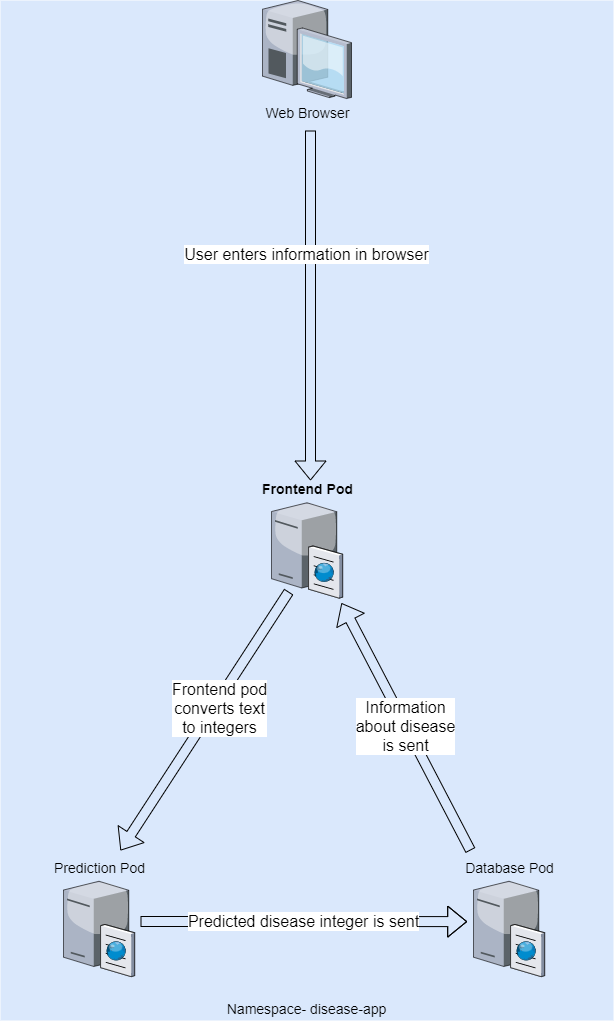
Above: architecture_diagram.png in DhirajGanji/cpsc-415-kata-project (draw.io), before the change. Source tidied: cells renumbered, new cells last; positions are measured from the earlier drawing's top-left corner, leaving out a move shared by most shapes.
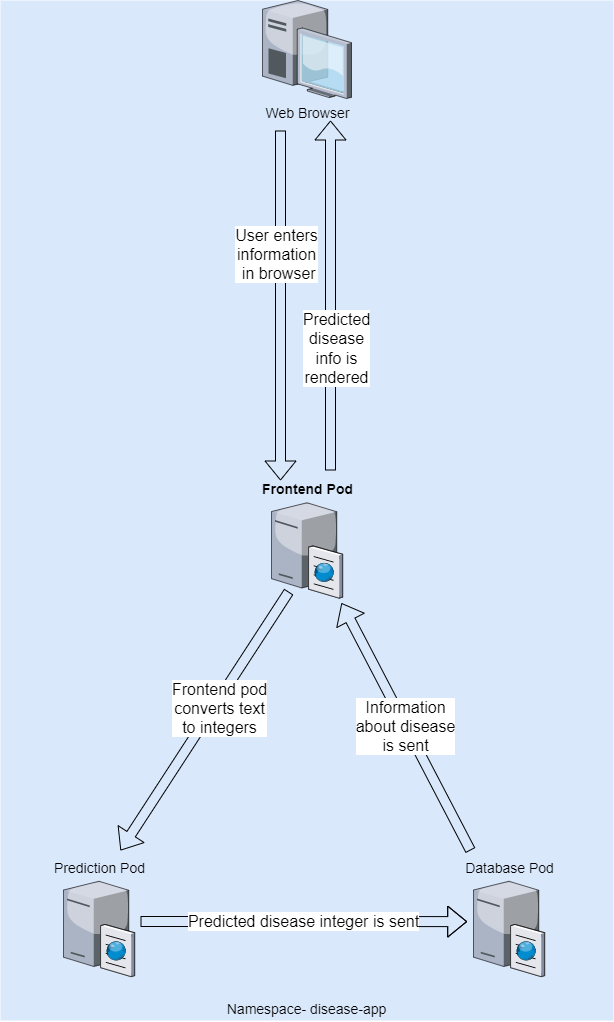
The same diagram one commit later.

The edit, as a diff of the source:
```diff
@@ -29,11 +29,11 @@
     </mxCell>
     <mxCell id="9" style="shape=flexArrow;endArrow=classic;html=1;rounded=0;" parent="1" edge="1">
       <mxGeometry relative="1" as="geometry">
-        <mxPoint x="310" y="130" as="sourcePoint" />
-        <mxPoint x="310" y="480" as="targetPoint" />
+        <mxPoint x="280" y="130" as="sourcePoint" />
+        <mxPoint x="280" y="480" as="targetPoint" />
       </mxGeometry>
     </mxCell>
-    <mxCell id="10" value="&lt;font style=&quot;font-size: 16px;&quot;&gt;User enters information in browser&lt;/font&gt;" style="edgeLabel;html=1;align=center;verticalAlign=middle;" parent="9" vertex="1">
+    <mxCell id="10" value="&lt;font style=&quot;font-size: 16px;&quot;&gt;User enters &lt;br&gt;information&lt;br&gt;&amp;nbsp;in browser&lt;/font&gt;" style="edgeLabel;html=1;align=center;verticalAlign=middle;" parent="9" vertex="1">
       <mxGeometry x="-0.3" y="-5" relative="1" as="geometry" />
     </mxCell>
     <mxCell id="11" value="&lt;font style=&quot;font-size: 16px;&quot;&gt;Predicted disease integer is sent&lt;/font&gt;" style="shape=flexArrow;endArrow=classic;html=1;rounded=0;entryX=-0.089;entryY=0.437;entryDx=0;entryDy=0;entryPerimeter=0;" parent="1" edge="1" target="6">
@@ -49,5 +49,14 @@
         <mxPoint x="470" y="850" as="sourcePoint" />
       </mxGeometry>
     </mxCell>
+    <mxCell id="13" style="shape=flexArrow;endArrow=classic;html=1;rounded=0;" parent="1" edge="1">
+      <mxGeometry relative="1" as="geometry">
+        <mxPoint x="330" y="470" as="sourcePoint" />
+        <mxPoint x="330" y="120" as="targetPoint" />
+      </mxGeometry>
+    </mxCell>
+    <mxCell id="14" value="&lt;span style=&quot;font-size: 16px;&quot;&gt;Predicted&lt;br&gt;disease&lt;br&gt;info is&lt;br&gt;rendered&lt;br&gt;&lt;/span&gt;" style="edgeLabel;html=1;align=center;verticalAlign=middle;" parent="13" vertex="1">
+      <mxGeometry x="-0.3" y="-5" relative="1" as="geometry" />
+    </mxCell>
   </root>
 </mxGraphModel>
```
